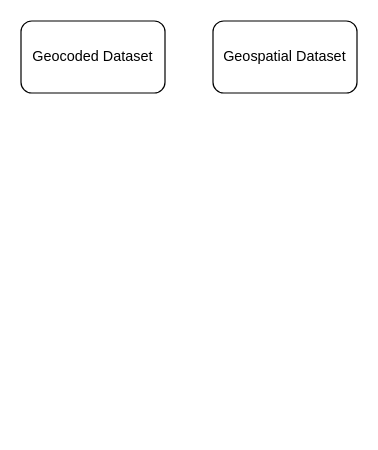
Before: sora/graphic_linking_job_simple.drawio in traveller195/draw_io, a draw.io diagram. Source tidied: cells renumbered, new cells numbered last; positions are measured from the earlier drawing's top-left corner, leaving out a move shared by most shapes. Both pictures are drawn from the tidied source at 120%, with x=0, y=0 at pixel (20, 20).
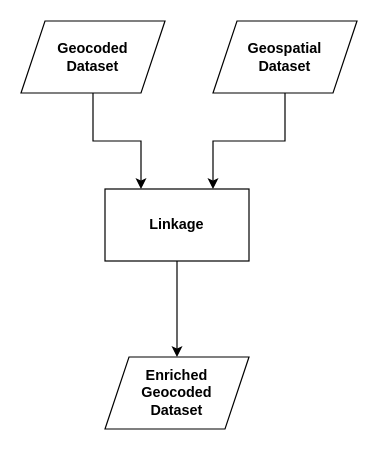
The same page after the edit.

What changed in the source:
```diff
@@
 <mxGraphModel>
   <root>
     <mxCell id="0" />
     <mxCell id="1" parent="0" />
+    <mxCell id="4" style="edgeStyle=orthogonalEdgeStyle;rounded=0;jettySize=auto;html=1;exitX=0.5;exitY=1;exitDx=0;exitDy=0;entryX=0.75;entryY=0;entryDx=0;entryDy=0;" parent="1" edge="1" source="3" target="7">
+      <mxGeometry relative="1" as="geometry" />
+    </mxCell>
+    <mxCell id="3" value="Geospatial&lt;br&gt;Dataset" style="shape=parallelogram;perimeter=parallelogramPerimeter;whiteSpace=wrap;html=1;fixedSize=1;rounded=0;fontStyle=1;" parent="1" vertex="1">
+      <mxGeometry x="160" width="120" height="60" as="geometry" />
+    </mxCell>
+    <mxCell id="5" style="edgeStyle=orthogonalEdgeStyle;rounded=0;jettySize=auto;html=1;exitX=0.5;exitY=1;exitDx=0;exitDy=0;entryX=0.25;entryY=0;entryDx=0;entryDy=0;" parent="1" edge="1" source="2" target="7">
+      <mxGeometry relative="1" as="geometry" />
+    </mxCell>
-    <mxCell id="2" value="Geocoded Dataset" style="rounded=1;whiteSpace=wrap;html=1;" parent="1" vertex="1">
+    <mxCell id="2" value="Geocoded&lt;br&gt;Dataset" style="shape=parallelogram;perimeter=parallelogramPerimeter;whiteSpace=wrap;html=1;fixedSize=1;rounded=0;fontStyle=1;" parent="1" vertex="1">
       <mxGeometry width="120" height="60" as="geometry" />
     </mxCell>
-    <mxCell id="3" value="Geospatial Dataset" style="rounded=1;whiteSpace=wrap;html=1;" parent="1" vertex="1">
-      <mxGeometry x="160" width="120" height="60" as="geometry" />
-    </mxCell>
+    <mxCell id="6" style="edgeStyle=orthogonalEdgeStyle;rounded=0;jettySize=auto;html=1;exitX=0.5;exitY=1;exitDx=0;exitDy=0;entryX=0.5;entryY=0;entryDx=0;entryDy=0;" parent="1" edge="1" source="7" target="8">
+      <mxGeometry relative="1" as="geometry" />
+    </mxCell>
+    <mxCell id="7" value="Linkage" style="rounded=0;whiteSpace=wrap;html=1;fontStyle=1;" parent="1" vertex="1">
+      <mxGeometry x="70" y="140" width="120" height="60" as="geometry" />
+    </mxCell>
+    <mxCell id="8" value="Enriched&lt;br&gt;Geocoded&lt;br&gt;Dataset" style="shape=parallelogram;perimeter=parallelogramPerimeter;whiteSpace=wrap;html=1;fixedSize=1;rounded=0;fontStyle=1;" parent="1" vertex="1">
+      <mxGeometry x="70" y="280" width="120" height="60" as="geometry" />
+    </mxCell>
   </root>
 </mxGraphModel>
```
